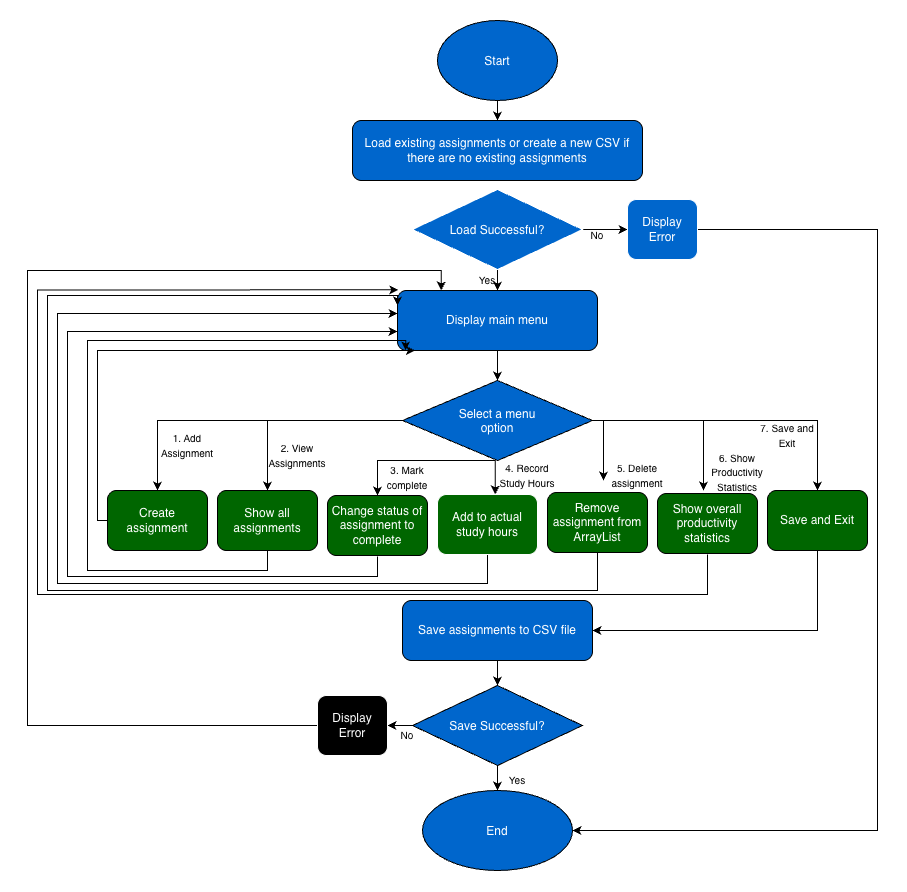
The draw.io diagram docs/System-Diagram.png in KimbEagle/Student-Productivity-Tracker, before a commit. Source tidied: cells renumbered, new cells last; positions are measured from the earlier drawing's top-left corner, leaving out a move shared by most shapes. Source of this version:
```xml
<mxGraphModel background="light-dark(#FFFFFF,#FFFFFF)">
  <root>
    <mxCell id="0" />
    <mxCell id="1" parent="0" />
    <mxCell id="2" style="edgeStyle=orthogonalEdgeStyle;rounded=0;jettySize=auto;html=1;defaultLabelBackgroundColor=page;labelPadding=0 4;strokeColor=light-dark(#000000,#000000);" parent="1" edge="1" source="3" target="4">
      <mxGeometry relative="1" as="geometry" />
    </mxCell>
    <mxCell id="3" value="Start" style="ellipse;whiteSpace=wrap;html=1;shapeInside=1;fillColor=light-dark(#FFFFFF,#0066CC);strokeColor=light-dark(#000000,#000000);" parent="1" vertex="1">
      <mxGeometry x="410" width="120" height="80" as="geometry" />
    </mxCell>
    <mxCell id="4" value="Load existing assignments or create a new CSV if there are no existing assignments" style="rounded=1;whiteSpace=wrap;html=1;roundedPerimeter=1;fillColor=light-dark(#FFFFFF,#0066CC);strokeColor=light-dark(#000000,#000000);" parent="1" vertex="1">
      <mxGeometry x="325" y="100" width="290" height="60" as="geometry" />
    </mxCell>
    <mxCell id="5" style="edgeStyle=orthogonalEdgeStyle;rounded=0;jettySize=auto;html=1;defaultLabelBackgroundColor=page;labelPadding=0 4;strokeColor=light-dark(#000000,#000000);" parent="1" edge="1" source="6" target="14">
      <mxGeometry relative="1" as="geometry" />
    </mxCell>
    <mxCell id="6" value="Display main menu" style="rounded=1;whiteSpace=wrap;html=1;roundedPerimeter=1;fillColor=light-dark(#FFFFFF,#0066CC);strokeColor=light-dark(#000000,#000000);" parent="1" vertex="1">
      <mxGeometry x="370" y="270" width="200" height="60" as="geometry" />
    </mxCell>
    <mxCell id="7" style="edgeStyle=orthogonalEdgeStyle;rounded=0;jettySize=auto;html=1;defaultLabelBackgroundColor=page;labelPadding=0 4;entryX=0.5;entryY=0;entryDx=0;entryDy=0;strokeColor=light-dark(#000000,#000000);" parent="1" edge="1" target="16">
      <mxGeometry x="-0.3" relative="1" as="geometry">
        <mxPoint x="311" y="400" as="sourcePoint" />
      </mxGeometry>
    </mxCell>
    <mxCell id="8" style="edgeStyle=orthogonalEdgeStyle;rounded=0;jettySize=auto;html=1;entryX=0.5;entryY=0;entryDx=0;entryDy=0;defaultLabelBackgroundColor=page;labelPadding=0 4;exitX=0;exitY=0.5;exitDx=0;exitDy=0;strokeColor=light-dark(#000000,#000000);" parent="1" edge="1" source="14" target="18">
      <mxGeometry x="0.32" relative="1" as="geometry" />
    </mxCell>
    <mxCell id="9" style="edgeStyle=orthogonalEdgeStyle;rounded=0;jettySize=auto;html=1;entryX=0.5;entryY=0;entryDx=0;entryDy=0;defaultLabelBackgroundColor=page;labelPadding=0 4;strokeColor=light-dark(#000000,#000000);" parent="1" edge="1" target="20">
      <mxGeometry relative="1" as="geometry">
        <mxPoint x="406" y="440" as="sourcePoint" />
      </mxGeometry>
    </mxCell>
    <mxCell id="10" style="edgeStyle=orthogonalEdgeStyle;rounded=0;jettySize=auto;html=1;entryX=0.577;entryY=0.006;entryDx=0;entryDy=0;defaultLabelBackgroundColor=page;labelPadding=0 4;strokeColor=light-dark(#000000,#000000);" parent="1" edge="1" target="22">
      <mxGeometry relative="1" as="geometry">
        <mxPoint x="406" y="440" as="sourcePoint" />
      </mxGeometry>
    </mxCell>
    <mxCell id="11" style="edgeStyle=orthogonalEdgeStyle;rounded=0;orthogonalLoop=1;jettySize=auto;html=1;defaultLabelBackgroundColor=page;labelPadding=0 4;strokeColor=light-dark(#000000,#000000);" parent="1" edge="1">
      <mxGeometry relative="1" as="geometry">
        <mxPoint x="501" y="400" as="sourcePoint" />
        <mxPoint x="576" y="460" as="targetPoint" />
      </mxGeometry>
    </mxCell>
    <mxCell id="12" style="edgeStyle=orthogonalEdgeStyle;rounded=0;orthogonalLoop=1;jettySize=auto;html=1;defaultLabelBackgroundColor=page;labelPadding=0 4;strokeColor=light-dark(#000000,#000000);" parent="1" edge="1">
      <mxGeometry x="-0.04" relative="1" as="geometry">
        <mxPoint x="501" y="400" as="sourcePoint" />
        <mxPoint x="676" y="470" as="targetPoint" />
      </mxGeometry>
    </mxCell>
    <mxCell id="13" style="edgeStyle=orthogonalEdgeStyle;rounded=0;jettySize=auto;html=1;entryX=0.5;entryY=0;entryDx=0;entryDy=0;defaultLabelBackgroundColor=page;labelPadding=0 4;strokeColor=light-dark(#000000,#000000);" parent="1" edge="1" source="14" target="28">
      <mxGeometry relative="1" as="geometry" />
    </mxCell>
    <mxCell id="14" value="Select a menu option" style="rhombus;whiteSpace=wrap;html=1;shapeInside=1;fillColor=light-dark(#FFFFFF,#0066CC);strokeColor=light-dark(#000000,#000000);" parent="1" vertex="1">
      <mxGeometry x="375" y="360" width="190" height="80" as="geometry" />
    </mxCell>
    <mxCell id="15" style="edgeStyle=orthogonalEdgeStyle;rounded=0;jettySize=auto;html=1;entryX=0.137;entryY=0.94;entryDx=0;entryDy=0;defaultLabelBackgroundColor=page;labelPadding=0 4;strokeColor=light-dark(#000000,#000000);" parent="1" edge="1" source="16" target="6">
      <mxGeometry relative="1" as="geometry">
        <Array as="points">
          <mxPoint x="70" y="500" />
          <mxPoint x="70" y="330" />
          <mxPoint x="387.5" y="330" />
        </Array>
      </mxGeometry>
    </mxCell>
    <mxCell id="16" value="Create assignment" style="rounded=1;whiteSpace=wrap;html=1;roundedPerimeter=1;fillColor=light-dark(#FFFFFF,#006600);strokeColor=light-dark(#000000,#000000);" parent="1" vertex="1">
      <mxGeometry x="80" y="470" width="100" height="60" as="geometry" />
    </mxCell>
    <mxCell id="17" style="edgeStyle=orthogonalEdgeStyle;rounded=0;jettySize=auto;html=1;entryX=0.096;entryY=0.94;entryDx=0;entryDy=0;defaultLabelBackgroundColor=page;labelPadding=0 4;strokeColor=light-dark(#000000,#000000);" parent="1" edge="1" source="18" target="6">
      <mxGeometry x="0.16" relative="1" as="geometry">
        <Array as="points">
          <mxPoint x="240" y="550" />
          <mxPoint x="60" y="550" />
          <mxPoint x="60" y="320" />
        </Array>
      </mxGeometry>
    </mxCell>
    <mxCell id="18" value="Show all assignments" style="rounded=1;whiteSpace=wrap;html=1;roundedPerimeter=1;fillColor=light-dark(#FFFFFF,#006600);strokeColor=light-dark(#000000,#000000);" parent="1" vertex="1">
      <mxGeometry x="190" y="470" width="100" height="60" as="geometry" />
    </mxCell>
    <mxCell id="19" style="edgeStyle=orthogonalEdgeStyle;rounded=0;orthogonalLoop=1;jettySize=auto;html=1;entryX=0;entryY=0.75;entryDx=0;entryDy=0;defaultLabelBackgroundColor=page;labelPadding=0 4;strokeColor=light-dark(#000000,#000000);" parent="1" edge="1">
      <mxGeometry x="0.13" relative="1" as="geometry">
        <mxPoint x="350" y="536" as="sourcePoint" />
        <mxPoint x="370" y="311" as="targetPoint" />
        <Array as="points">
          <mxPoint x="350" y="556" />
          <mxPoint x="40" y="556" />
          <mxPoint x="40" y="311" />
        </Array>
      </mxGeometry>
    </mxCell>
    <mxCell id="20" value="Change status of assignment to complete" style="rounded=1;whiteSpace=wrap;html=1;roundedPerimeter=1;fillColor=light-dark(#FFFFFF,#006600);strokeColor=light-dark(#000000,#000000);" parent="1" vertex="1">
      <mxGeometry x="300" y="475" width="100" height="60" as="geometry" />
    </mxCell>
    <mxCell id="21" style="edgeStyle=orthogonalEdgeStyle;rounded=0;orthogonalLoop=1;jettySize=auto;html=1;entryX=0;entryY=0.5;entryDx=0;entryDy=0;defaultLabelBackgroundColor=page;labelPadding=0 4;strokeColor=light-dark(#000000,#000000);" parent="1" edge="1">
      <mxGeometry x="-0.67" relative="1" as="geometry">
        <mxPoint x="460" y="533" as="sourcePoint" />
        <mxPoint x="370" y="293" as="targetPoint" />
        <Array as="points">
          <mxPoint x="460" y="563" />
          <mxPoint x="30" y="563" />
          <mxPoint x="30" y="293" />
        </Array>
      </mxGeometry>
    </mxCell>
    <mxCell id="22" value="Add to actual study hours" style="rounded=1;whiteSpace=wrap;html=1;roundedPerimeter=1;fillColor=light-dark(#FFFFFF,#006600);" parent="1" vertex="1">
      <mxGeometry x="410" y="474" width="100" height="60" as="geometry" />
    </mxCell>
    <mxCell id="23" style="edgeStyle=orthogonalEdgeStyle;rounded=0;orthogonalLoop=1;jettySize=auto;html=1;entryX=0.1;entryY=0.167;entryDx=0;entryDy=0;defaultLabelBackgroundColor=page;labelPadding=0 4;strokeColor=light-dark(#000000,#000000);" parent="1" edge="1">
      <mxGeometry x="-0.56" relative="1" as="geometry">
        <mxPoint x="680" y="534" as="sourcePoint" />
        <mxPoint x="370.8" y="269.4" as="targetPoint" />
        <Array as="points">
          <mxPoint x="680" y="574" />
          <mxPoint x="10" y="574" />
          <mxPoint x="10" y="269.4" />
        </Array>
      </mxGeometry>
    </mxCell>
    <mxCell id="24" value="Show overall productivity statistics" style="rounded=1;whiteSpace=wrap;html=1;roundedPerimeter=1;fillColor=light-dark(#FFFFFF,#006600);strokeColor=light-dark(#000000,#000000);" parent="1" vertex="1">
      <mxGeometry x="630" y="473" width="100" height="60" as="geometry" />
    </mxCell>
    <mxCell id="25" style="edgeStyle=orthogonalEdgeStyle;rounded=0;jettySize=auto;html=1;entryX=0;entryY=0.25;entryDx=0;entryDy=0;defaultLabelBackgroundColor=page;labelPadding=0 4;strokeColor=light-dark(#000000,#000000);" parent="1" edge="1" source="26" target="6">
      <mxGeometry x="-0.6" relative="1" as="geometry">
        <Array as="points">
          <mxPoint x="570" y="570" />
          <mxPoint x="20" y="570" />
          <mxPoint x="20" y="275" />
        </Array>
      </mxGeometry>
    </mxCell>
    <mxCell id="26" value="Remove assignment from ArrayList" style="rounded=1;whiteSpace=wrap;html=1;roundedPerimeter=1;fillColor=light-dark(#FFFFFF,#006600);strokeColor=light-dark(#000000,#000000);" parent="1" vertex="1">
      <mxGeometry x="520" y="472" width="100" height="60" as="geometry" />
    </mxCell>
    <mxCell id="27" style="edgeStyle=orthogonalEdgeStyle;rounded=0;jettySize=auto;html=1;entryX=1;entryY=0.5;entryDx=0;entryDy=0;defaultLabelBackgroundColor=page;labelPadding=0 4;strokeColor=light-dark(#000000,#000000);" parent="1" edge="1" source="28" target="30">
      <mxGeometry relative="1" as="geometry">
        <Array as="points">
          <mxPoint x="790" y="610" />
        </Array>
      </mxGeometry>
    </mxCell>
    <mxCell id="28" value="Save and Exit" style="rounded=1;whiteSpace=wrap;html=1;roundedPerimeter=1;fillColor=light-dark(#FFFFFF,#006600);strokeColor=light-dark(#000000,#000000);" parent="1" vertex="1">
      <mxGeometry x="740" y="470" width="100" height="60" as="geometry" />
    </mxCell>
    <mxCell id="29" style="edgeStyle=orthogonalEdgeStyle;rounded=0;jettySize=auto;html=1;defaultLabelBackgroundColor=page;labelPadding=0 4;strokeColor=light-dark(#000000,#000000);" parent="1" edge="1" source="30" target="48">
      <mxGeometry relative="1" as="geometry" />
    </mxCell>
    <mxCell id="30" value="Save assignments to CSV file" style="rounded=1;whiteSpace=wrap;html=1;roundedPerimeter=1;fillColor=light-dark(#FFFFFF,#0066CC);strokeColor=light-dark(#000000,#000000);" parent="1" vertex="1">
      <mxGeometry x="375" y="580" width="190" height="60" as="geometry" />
    </mxCell>
    <mxCell id="31" value="End" style="ellipse;whiteSpace=wrap;html=1;shapeInside=1;fillColor=light-dark(#FFFFFF,#0066CC);strokeColor=light-dark(#000000,#000000);" parent="1" vertex="1">
      <mxGeometry x="395" y="770" width="150" height="80" as="geometry" />
    </mxCell>
    <mxCell id="32" value="&lt;font style=&quot;font-size: 10px;&quot;&gt;1. Add Assignment&lt;/font&gt;" style="text;html=1;whiteSpace=wrap;align=center;verticalAlign=middle;rounded=0;fontColor=light-dark(#000000,#000000);" parent="1" vertex="1">
      <mxGeometry x="130" y="410" width="60" height="30" as="geometry" />
    </mxCell>
    <mxCell id="33" value="&lt;font style=&quot;font-size: 10px;&quot;&gt;2. View Assignments&lt;/font&gt;" style="text;html=1;whiteSpace=wrap;align=center;verticalAlign=middle;rounded=0;fontColor=light-dark(#000000,#000000);" parent="1" vertex="1">
      <mxGeometry x="240" y="420" width="60" height="30" as="geometry" />
    </mxCell>
    <mxCell id="34" value="&lt;font style=&quot;font-size: 10px;&quot;&gt;4. Record Study Hours&lt;/font&gt;" style="text;html=1;whiteSpace=wrap;align=center;verticalAlign=middle;rounded=0;fontColor=light-dark(#000000,#000000);" parent="1" vertex="1">
      <mxGeometry x="470" y="440" width="60" height="30" as="geometry" />
    </mxCell>
    <mxCell id="35" value="&lt;font style=&quot;font-size: 10px;&quot;&gt;3. Mark complete&lt;/font&gt;" style="text;html=1;whiteSpace=wrap;align=center;verticalAlign=middle;rounded=0;fontColor=light-dark(#000000,#000000);" parent="1" vertex="1">
      <mxGeometry x="350" y="442" width="60" height="30" as="geometry" />
    </mxCell>
    <mxCell id="36" value="&lt;font style=&quot;font-size: 10px;&quot;&gt;6. Show Productivity Statistics&lt;/font&gt;" style="text;html=1;whiteSpace=wrap;align=center;verticalAlign=middle;rounded=0;fontColor=light-dark(#000000,#000000);" parent="1" vertex="1">
      <mxGeometry x="680" y="437" width="60" height="30" as="geometry" />
    </mxCell>
    <mxCell id="37" value="&lt;font style=&quot;font-size: 10px;&quot;&gt;5. Delete assignment&lt;/font&gt;" style="text;html=1;whiteSpace=wrap;align=center;verticalAlign=middle;rounded=0;fontColor=light-dark(#000000,#000000);" parent="1" vertex="1">
      <mxGeometry x="580" y="440" width="60" height="30" as="geometry" />
    </mxCell>
    <mxCell id="38" value="&lt;font style=&quot;font-size: 10px;&quot;&gt;7. Save and Exit&lt;/font&gt;" style="text;html=1;whiteSpace=wrap;align=center;verticalAlign=middle;rounded=0;fontColor=light-dark(#000000,#000000);" parent="1" vertex="1">
      <mxGeometry x="730" y="400" width="60" height="30" as="geometry" />
    </mxCell>
    <mxCell id="39" style="edgeStyle=orthogonalEdgeStyle;rounded=0;jettySize=auto;html=1;defaultLabelBackgroundColor=page;labelPadding=0 4;entryX=0.5;entryY=0;entryDx=0;entryDy=0;strokeColor=light-dark(#000000,#000000);" parent="1" edge="1" source="41" target="6">
      <mxGeometry relative="1" as="geometry" />
    </mxCell>
    <mxCell id="40" style="edgeStyle=orthogonalEdgeStyle;rounded=0;jettySize=auto;html=1;defaultLabelBackgroundColor=page;labelPadding=0 4;strokeColor=light-dark(#000000,#000000);" parent="1" edge="1" source="41" target="43">
      <mxGeometry relative="1" as="geometry" />
    </mxCell>
    <mxCell id="41" value="Load Successful?" style="rhombus;whiteSpace=wrap;html=1;shapeInside=1;fillColor=light-dark(#FFFFFF,#0066CC);" parent="1" vertex="1">
      <mxGeometry x="385" y="169" width="170" height="80" as="geometry" />
    </mxCell>
    <mxCell id="42" style="edgeStyle=orthogonalEdgeStyle;rounded=0;jettySize=auto;html=1;entryX=1;entryY=0.5;entryDx=0;entryDy=0;defaultLabelBackgroundColor=page;labelPadding=0 4;strokeColor=light-dark(#000000,#000000);" parent="1" edge="1" source="43" target="31">
      <mxGeometry relative="1" as="geometry">
        <Array as="points">
          <mxPoint x="850" y="209" />
          <mxPoint x="850" y="810" />
        </Array>
      </mxGeometry>
    </mxCell>
    <mxCell id="43" value="Display Error" style="rounded=1;whiteSpace=wrap;html=1;roundedPerimeter=1;fillColor=light-dark(#FFFFFF,#0066CC);" parent="1" vertex="1">
      <mxGeometry x="600" y="179" width="70" height="60" as="geometry" />
    </mxCell>
    <mxCell id="44" value="&lt;font style=&quot;font-size: 10px;&quot;&gt;Yes&lt;/font&gt;" style="text;html=1;whiteSpace=wrap;align=center;verticalAlign=middle;rounded=0;fontColor=light-dark(#000000,#000000);" parent="1" vertex="1">
      <mxGeometry x="430" y="245" width="60" height="30" as="geometry" />
    </mxCell>
    <mxCell id="45" value="&lt;font style=&quot;font-size: 10px;&quot;&gt;No&lt;/font&gt;" style="text;html=1;whiteSpace=wrap;align=center;verticalAlign=middle;rounded=0;fontColor=light-dark(#000000,#000000);" parent="1" vertex="1">
      <mxGeometry x="540" y="200" width="60" height="30" as="geometry" />
    </mxCell>
    <mxCell id="46" style="edgeStyle=orthogonalEdgeStyle;rounded=0;jettySize=auto;html=1;defaultLabelBackgroundColor=page;labelPadding=0 4;strokeColor=light-dark(#000000,#000000);" parent="1" edge="1" source="48" target="31">
      <mxGeometry relative="1" as="geometry" />
    </mxCell>
    <mxCell id="47" style="edgeStyle=orthogonalEdgeStyle;rounded=0;jettySize=auto;html=1;defaultLabelBackgroundColor=page;labelPadding=0 4;strokeColor=light-dark(#000000,#000000);" parent="1" edge="1" source="48" target="50">
      <mxGeometry relative="1" as="geometry" />
    </mxCell>
    <mxCell id="48" value="Save Successful?" style="rhombus;whiteSpace=wrap;html=1;shapeInside=1;strokeColor=light-dark(#000000,#000000);fillColor=light-dark(#FFFFFF,#0066CC);" parent="1" vertex="1">
      <mxGeometry x="385" y="665" width="170" height="80" as="geometry" />
    </mxCell>
    <mxCell id="49" style="edgeStyle=orthogonalEdgeStyle;rounded=0;jettySize=auto;html=1;entryX=0.219;entryY=0;entryDx=0;entryDy=0;defaultLabelBackgroundColor=page;labelPadding=0 4;strokeColor=light-dark(#000000,#000000);" parent="1" edge="1" source="50" target="6">
      <mxGeometry x="-0.09" relative="1" as="geometry">
        <Array as="points">
          <mxPoint y="705" />
          <mxPoint y="250" />
          <mxPoint x="413.8" y="250" />
        </Array>
      </mxGeometry>
    </mxCell>
    <mxCell id="50" value="Display Error" style="rounded=1;whiteSpace=wrap;html=1;roundedPerimeter=1;fillColor=light-dark(#000000,#000000);" parent="1" vertex="1">
      <mxGeometry x="290" y="675" width="70" height="60" as="geometry" />
    </mxCell>
    <mxCell id="51" value="&lt;font style=&quot;font-size: 10px;&quot;&gt;No&lt;/font&gt;" style="text;html=1;whiteSpace=wrap;align=center;verticalAlign=middle;rounded=0;fontColor=light-dark(#000000,#000000);" parent="1" vertex="1">
      <mxGeometry x="350" y="700" width="60" height="30" as="geometry" />
    </mxCell>
    <mxCell id="52" value="&lt;font style=&quot;font-size: 10px;&quot;&gt;Yes&lt;/font&gt;" style="text;html=1;whiteSpace=wrap;align=center;verticalAlign=middle;rounded=0;fontColor=light-dark(#000000,#000000);" parent="1" vertex="1">
      <mxGeometry x="460" y="745" width="60" height="30" as="geometry" />
    </mxCell>
  </root>
</mxGraphModel>
```
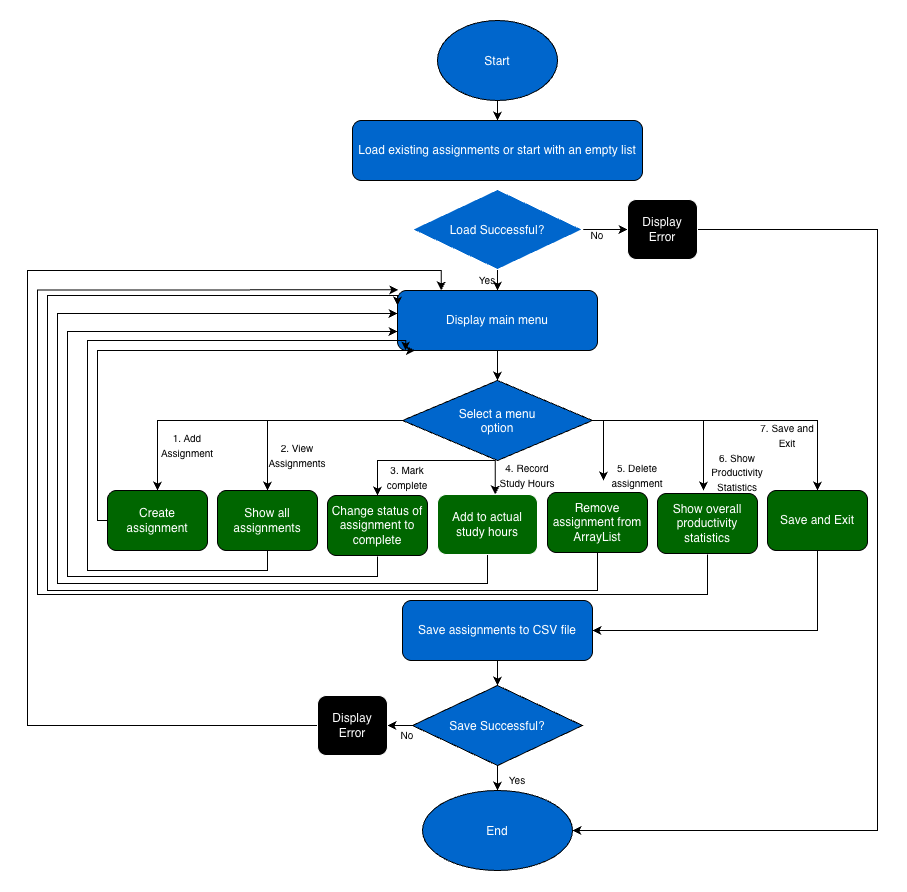
The same file after the commit.

The edit, as a diff of the source:
```diff
@@ -8,7 +8,7 @@
     <mxCell id="3" value="Start" style="ellipse;whiteSpace=wrap;html=1;shapeInside=1;fillColor=light-dark(#FFFFFF,#0066CC);strokeColor=light-dark(#000000,#000000);" parent="1" vertex="1">
       <mxGeometry x="410" width="120" height="80" as="geometry" />
     </mxCell>
-    <mxCell id="4" value="Load existing assignments or create a new CSV if there are no existing assignments" style="rounded=1;whiteSpace=wrap;html=1;roundedPerimeter=1;fillColor=light-dark(#FFFFFF,#0066CC);strokeColor=light-dark(#000000,#000000);" parent="1" vertex="1">
+    <mxCell id="4" value="Load existing assignments or start with an empty list" style="rounded=1;whiteSpace=wrap;html=1;roundedPerimeter=1;fillColor=light-dark(#FFFFFF,#0066CC);strokeColor=light-dark(#000000,#000000);" parent="1" vertex="1">
       <mxGeometry x="325" y="100" width="290" height="60" as="geometry" />
     </mxCell>
     <mxCell id="5" style="edgeStyle=orthogonalEdgeStyle;rounded=0;jettySize=auto;html=1;defaultLabelBackgroundColor=page;labelPadding=0 4;strokeColor=light-dark(#000000,#000000);" parent="1" edge="1" source="6" target="14">
@@ -188,7 +188,7 @@
         </Array>
       </mxGeometry>
     </mxCell>
-    <mxCell id="43" value="Display Error" style="rounded=1;whiteSpace=wrap;html=1;roundedPerimeter=1;fillColor=light-dark(#FFFFFF,#0066CC);" parent="1" vertex="1">
+    <mxCell id="43" value="Display Error" style="rounded=1;whiteSpace=wrap;html=1;roundedPerimeter=1;fillColor=light-dark(#000000,#000000);" parent="1" vertex="1">
       <mxGeometry x="600" y="179" width="70" height="60" as="geometry" />
     </mxCell>
     <mxCell id="44" value="&lt;font style=&quot;font-size: 10px;&quot;&gt;Yes&lt;/font&gt;" style="text;html=1;whiteSpace=wrap;align=center;verticalAlign=middle;rounded=0;fontColor=light-dark(#000000,#000000);" parent="1" vertex="1">
```
